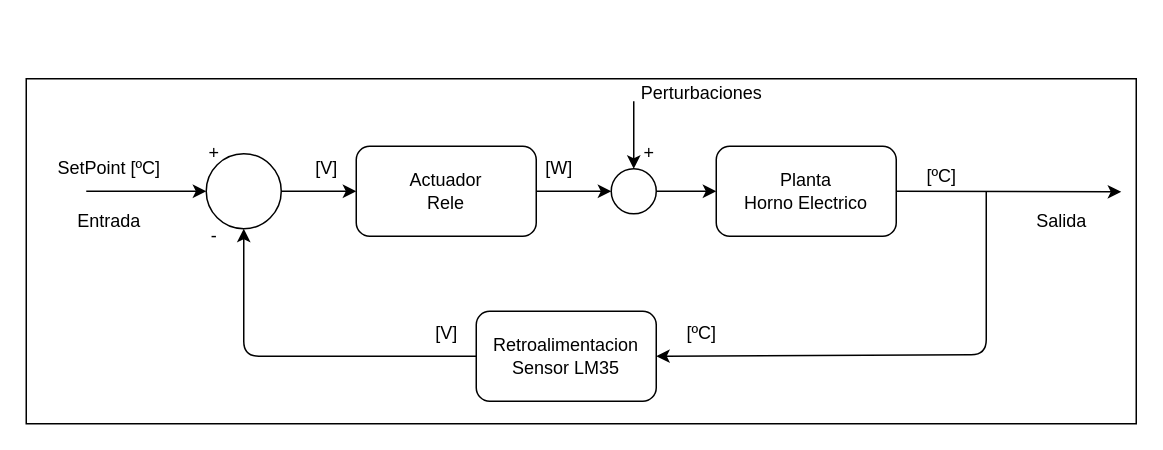
Before: page "Diagrama General" (1 of 4) of Diagramas/DiagramaGeneral.drawio in nicopinera/sistema_control_tp, a draw.io diagram. Source tidied: cells renumbered, new cells numbered last; positions are measured from the earlier drawing's top-left corner, leaving out a move shared by most shapes. Both pictures are drawn from the tidied source at 150%, with x=0, y=0 at pixel (26, 70).
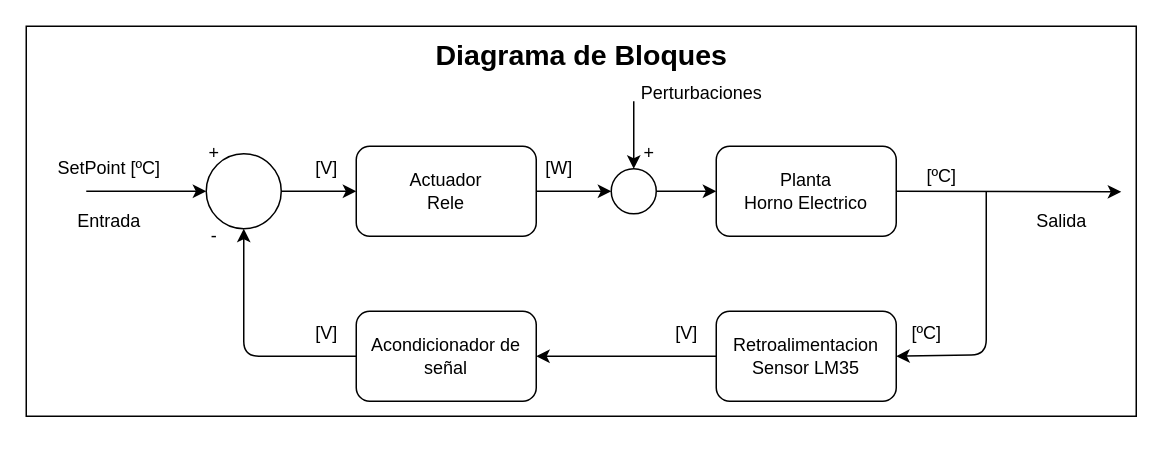
After the change.

The change refers to these unchanged cells:
```xml
<mxCell id="10" style="ellipse;whiteSpace=wrap;html=1;" parent="1" vertex="1">
  <mxGeometry x="120" y="55" width="50" height="50" as="geometry" />
</mxCell>
```

Change to the diagram source:
```diff
@@
     <mxCell id="2" style="whiteSpace=wrap;html=1;" parent="1" vertex="1">
-      <mxGeometry y="5" width="740" height="230" as="geometry" />
+      <mxGeometry y="-30" width="740" height="260" as="geometry" />
     </mxCell>
@@
-    <mxCell id="8" style="edgeStyle=none;html=1;exitX=0;exitY=0.5;exitDx=0;exitDy=0;entryX=0.5;entryY=1;entryDx=0;entryDy=0;" parent="1" edge="1" source="9" target="10">
+    <mxCell id="8" style="edgeStyle=none;html=1;entryX=0.5;entryY=1;entryDx=0;entryDy=0;exitX=0;exitY=0.5;exitDx=0;exitDy=0;" parent="1" edge="1" source="29" target="10">
       <mxGeometry relative="1" as="geometry">
         <Array as="points">
           <mxPoint x="145" y="190" />
         </Array>
       </mxGeometry>
     </mxCell>
+    <mxCell id="28" style="edgeStyle=none;html=1;exitX=0;exitY=0.5;exitDx=0;exitDy=0;entryX=1;entryY=0.5;entryDx=0;entryDy=0;" parent="1" edge="1" source="9" target="29">
+      <mxGeometry relative="1" as="geometry" />
+    </mxCell>
     <mxCell id="9" value="Retroalimentacion&lt;div&gt;Sensor LM35&lt;/div&gt;" style="rounded=1;whiteSpace=wrap;html=1;" parent="1" vertex="1">
-      <mxGeometry x="300" y="160" width="120" height="60" as="geometry" />
+      <mxGeometry x="460" y="160" width="120" height="60" as="geometry" />
     </mxCell>
@@
     <mxCell id="13" value="[ºC]" style="text;html=1;align=center;verticalAlign=middle;strokeColor=none;fillColor=none;" parent="1" vertex="1">
-      <mxGeometry x="430" y="160" width="40" height="30" as="geometry" />
+      <mxGeometry x="580" y="160" width="40" height="30" as="geometry" />
     </mxCell>
     <mxCell id="14" value="[V]" style="text;html=1;align=center;verticalAlign=middle;strokeColor=none;fillColor=none;" parent="1" vertex="1">
-      <mxGeometry x="260" y="160" width="40" height="30" as="geometry" />
+      <mxGeometry x="420" y="160" width="40" height="30" as="geometry" />
     </mxCell>
@@
+    <mxCell id="29" value="Acondicionador de señal" style="rounded=1;whiteSpace=wrap;html=1;" parent="1" vertex="1">
+      <mxGeometry x="220" y="160" width="120" height="60" as="geometry" />
+    </mxCell>
+    <mxCell id="30" value="[V]" style="text;html=1;align=center;verticalAlign=middle;strokeColor=none;fillColor=none;" parent="1" vertex="1">
+      <mxGeometry x="180" y="160" width="40" height="30" as="geometry" />
+    </mxCell>
+    <mxCell id="31" value="&lt;b&gt;&lt;font style=&quot;font-size: 19px;&quot;&gt;Diagrama de Bloques&lt;/font&gt;&lt;/b&gt;" style="text;html=1;align=center;verticalAlign=middle;strokeColor=none;fillColor=none;" parent="1" vertex="1">
+      <mxGeometry x="260" y="-30" width="220" height="40" as="geometry" />
+    </mxCell>
```
